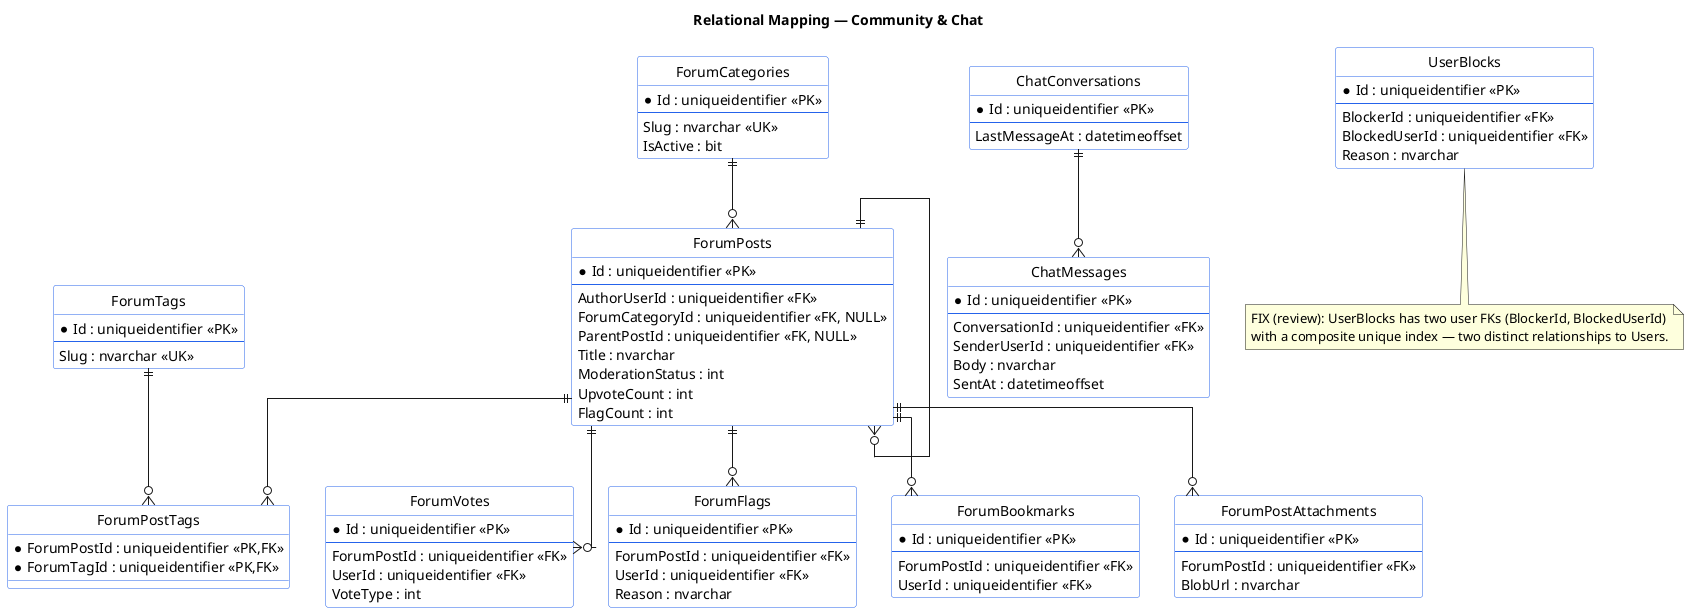
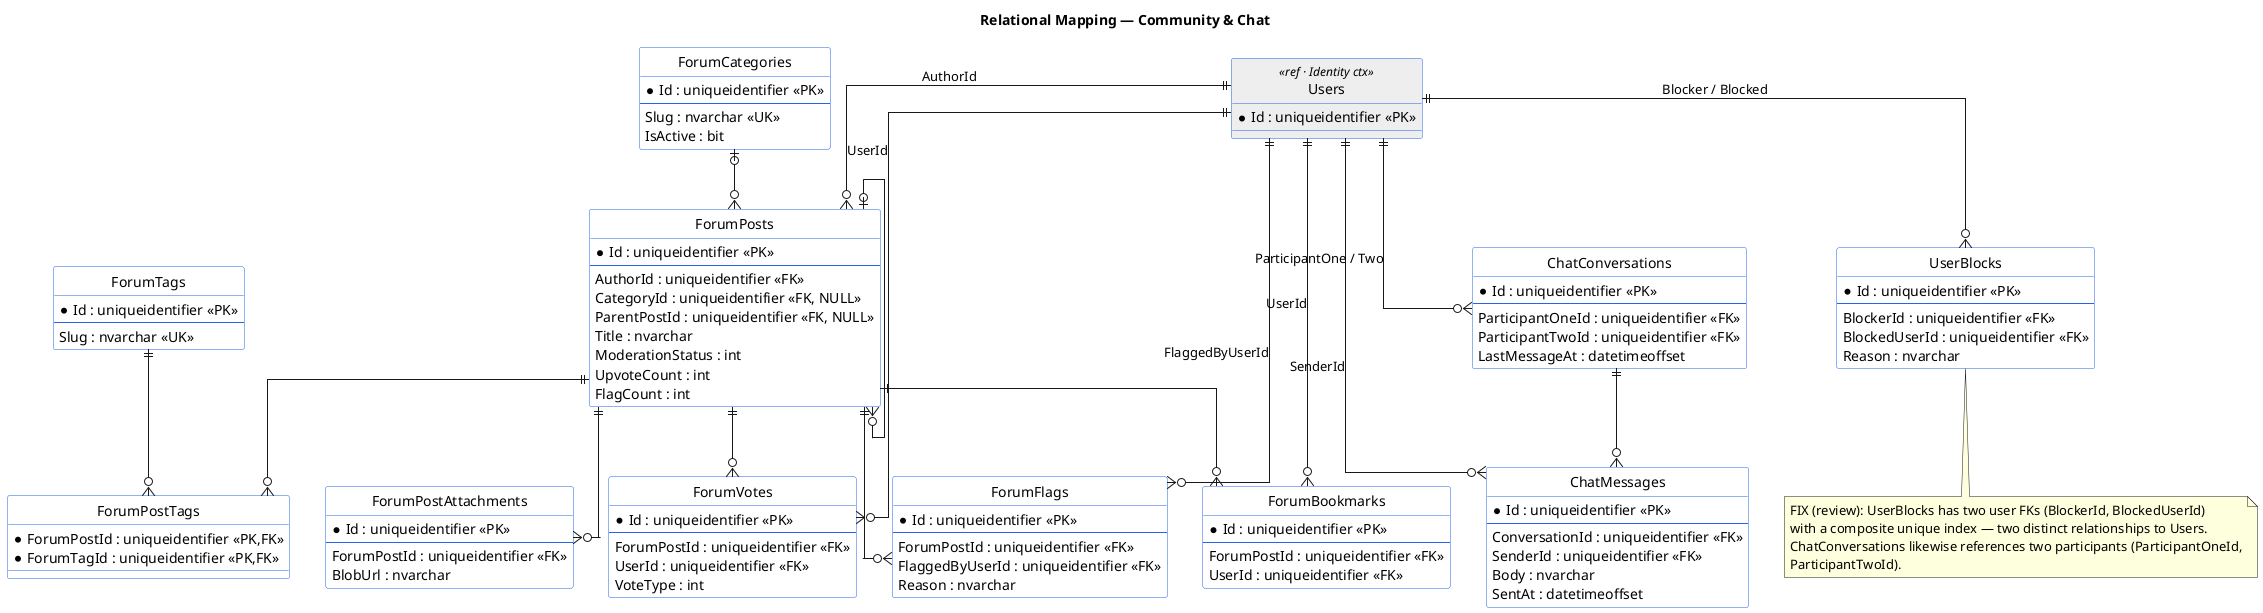
@startuml mapping-04-community-chat
title Relational Mapping — Community & Chat

skinparam linetype ortho
hide circle
skinparam class {
  BackgroundColor White
  BorderColor #2563eb
+ }
+ 
+ entity "Users" as users <<ref · Identity ctx>> #EEEEEE {
+   *Id : uniqueidentifier <<PK>>
}

entity "ForumCategories" as fcat {
  *Id : uniqueidentifier <<PK>>
  --
  Slug : nvarchar <<UK>>
  IsActive : bit
}

entity "ForumPosts" as fp {
  *Id : uniqueidentifier <<PK>>
  --
-   AuthorUserId : uniqueidentifier <<FK>>
-   ForumCategoryId : uniqueidentifier <<FK, NULL>>
+   AuthorId : uniqueidentifier <<FK>>
+   CategoryId : uniqueidentifier <<FK, NULL>>
  ParentPostId : uniqueidentifier <<FK, NULL>>
  Title : nvarchar
  ModerationStatus : int
  UpvoteCount : int
  FlagCount : int
}

entity "ForumTags" as ft {
  *Id : uniqueidentifier <<PK>>
  --
  Slug : nvarchar <<UK>>
}

entity "ForumPostTags" as fpt {
  *ForumPostId : uniqueidentifier <<PK,FK>>
  *ForumTagId : uniqueidentifier <<PK,FK>>
}

entity "ForumVotes" as fv {
  *Id : uniqueidentifier <<PK>>
  --
  ForumPostId : uniqueidentifier <<FK>>
  UserId : uniqueidentifier <<FK>>
  VoteType : int
}

entity "ForumFlags" as ff {
  *Id : uniqueidentifier <<PK>>
  --
  ForumPostId : uniqueidentifier <<FK>>
-   UserId : uniqueidentifier <<FK>>
+   FlaggedByUserId : uniqueidentifier <<FK>>
  Reason : nvarchar
}

entity "ForumBookmarks" as fb {
  *Id : uniqueidentifier <<PK>>
  --
  ForumPostId : uniqueidentifier <<FK>>
  UserId : uniqueidentifier <<FK>>
}

entity "ForumPostAttachments" as fa {
  *Id : uniqueidentifier <<PK>>
  --
  ForumPostId : uniqueidentifier <<FK>>
  BlobUrl : nvarchar
}

entity "ChatConversations" as cc {
  *Id : uniqueidentifier <<PK>>
  --
+   ParticipantOneId : uniqueidentifier <<FK>>
+   ParticipantTwoId : uniqueidentifier <<FK>>
  LastMessageAt : datetimeoffset
}

entity "ChatMessages" as cm {
  *Id : uniqueidentifier <<PK>>
  --
  ConversationId : uniqueidentifier <<FK>>
-   SenderUserId : uniqueidentifier <<FK>>
+   SenderId : uniqueidentifier <<FK>>
  Body : nvarchar
  SentAt : datetimeoffset
}

entity "UserBlocks" as ub {
  *Id : uniqueidentifier <<PK>>
  --
  BlockerId : uniqueidentifier <<FK>>
  BlockedUserId : uniqueidentifier <<FK>>
  Reason : nvarchar
  ' UK (BlockerId, BlockedUserId)
}

- fcat ||--o{ fp
- fp ||--o{ fpt
- ft ||--o{ fpt
- fp ||--o{ fv
- fp ||--o{ ff
- fp ||--o{ fb
- fp ||--o{ fa
- fp ||--o{ fp
- cc ||--o{ cm
+ ' ----- intra-context FKs -----
+ fcat |o--o{ fp
+ fp   |o--o{ fp
+ fp   ||--o{ fpt
+ ft   ||--o{ fpt
+ fp   ||--o{ fv
+ fp   ||--o{ ff
+ fp   ||--o{ fb
+ fp   ||--o{ fa
+ cc   ||--o{ cm
+ 
+ ' ----- cross-context FKs -----
+ users ||--o{ fp : AuthorId
+ users ||--o{ fv : UserId
+ users ||--o{ ff : FlaggedByUserId
+ users ||--o{ fb : UserId
+ users ||--o{ cm : SenderId
+ users ||--o{ cc : ParticipantOne / Two
+ users ||--o{ ub : Blocker / Blocked

note bottom of ub
  FIX (review): UserBlocks has two user FKs (BlockerId, BlockedUserId)
  with a composite unique index — two distinct relationships to Users.
+   ChatConversations likewise references two participants (ParticipantOneId,
+   ParticipantTwoId).
end note
@enduml
